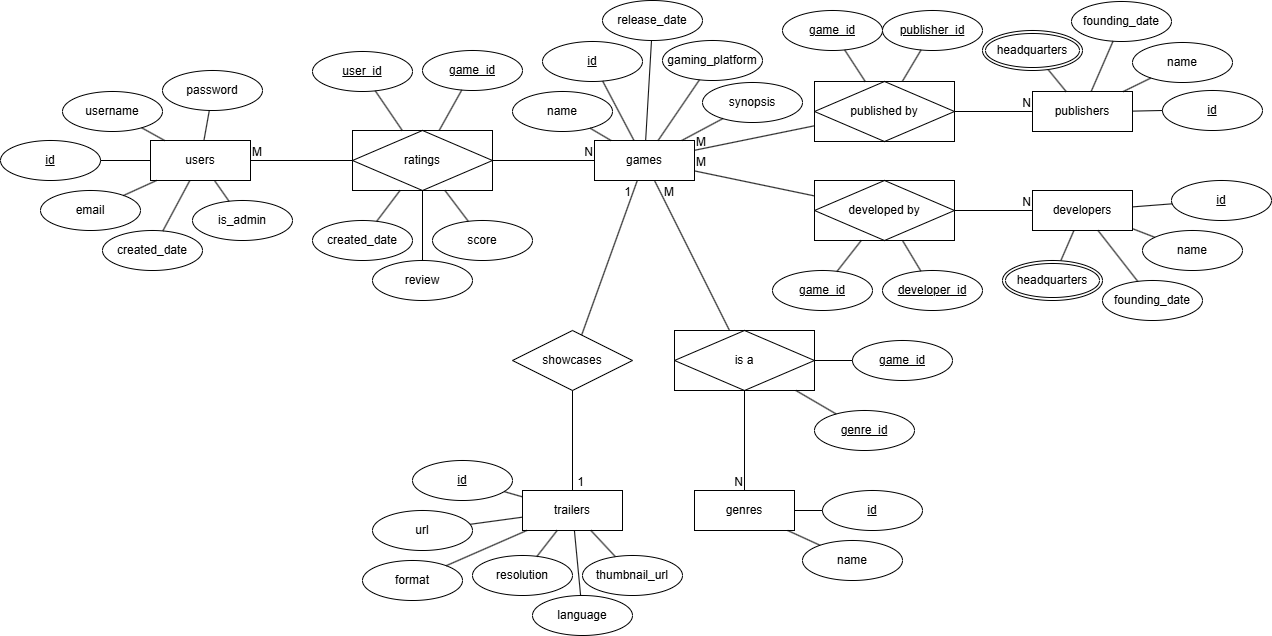
This is docs/Entity Relationship Diagram.png from billdansr/sweet-potato, a draw.io export, as it was before one commit. Source tidied: cells renumbered, new cells last; positions are measured from the earlier drawing's top-left corner, leaving out a move shared by most shapes.
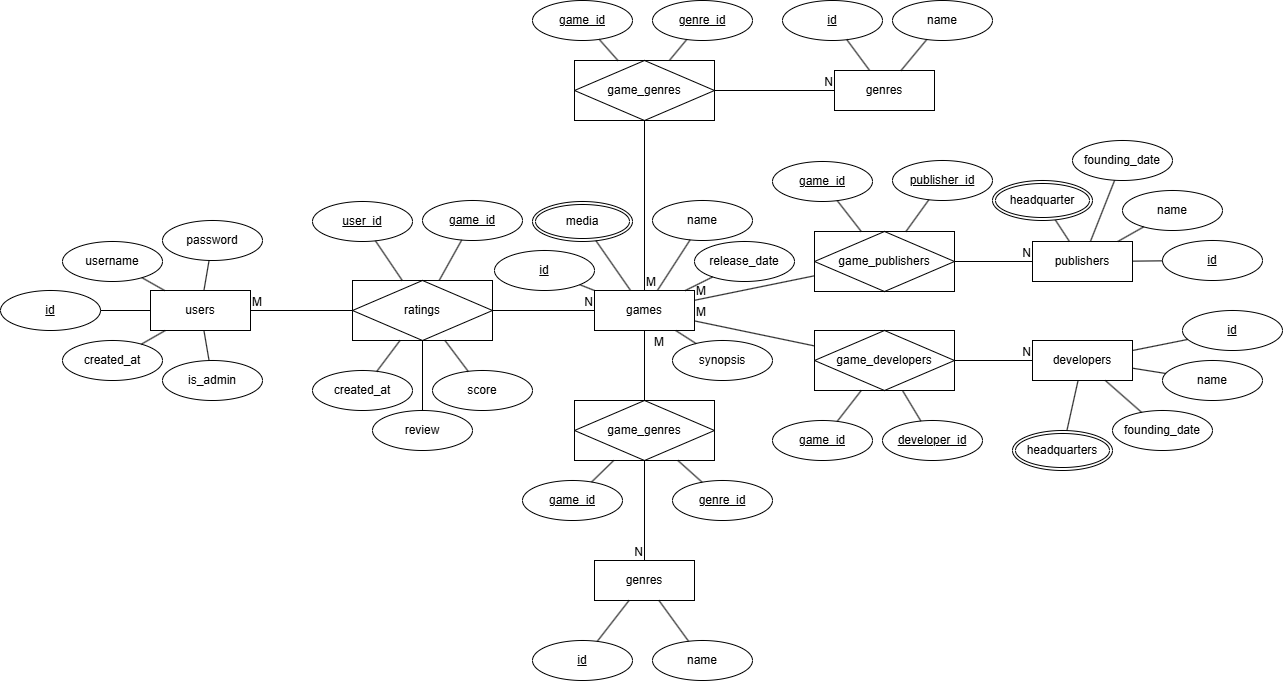
After the change.

What changed in the source:
```diff
@@ -30,16 +30,16 @@
       <mxGeometry y="140" width="100" height="40" as="geometry" />
     </mxCell>
     <mxCell id="11" value="id" style="ellipse;whiteSpace=wrap;html=1;align=center;fontStyle=4;" parent="1" vertex="1">
-      <mxGeometry x="542" y="41" width="100" height="40" as="geometry" />
+      <mxGeometry x="494" y="100" width="100" height="40" as="geometry" />
     </mxCell>
     <mxCell id="12" value="password" style="ellipse;whiteSpace=wrap;html=1;align=center;" parent="1" vertex="1">
       <mxGeometry x="162" y="70" width="100" height="40" as="geometry" />
     </mxCell>
-    <mxCell id="13" value="created_date" style="ellipse;whiteSpace=wrap;html=1;align=center;" parent="1" vertex="1">
+    <mxCell id="13" value="created_at" style="ellipse;whiteSpace=wrap;html=1;align=center;" parent="1" vertex="1">
       <mxGeometry x="312" y="220" width="100" height="40" as="geometry" />
     </mxCell>
-    <mxCell id="14" value="created_date" style="ellipse;whiteSpace=wrap;html=1;align=center;" parent="1" vertex="1">
-      <mxGeometry x="102" y="230" width="100" height="40" as="geometry" />
+    <mxCell id="14" value="created_at" style="ellipse;whiteSpace=wrap;html=1;align=center;" parent="1" vertex="1">
+      <mxGeometry x="62" y="190" width="100" height="40" as="geometry" />
     </mxCell>
     <mxCell id="15" value="user_id" style="ellipse;whiteSpace=wrap;html=1;align=center;fontStyle=4;" parent="1" vertex="1">
       <mxGeometry x="312" y="51" width="100" height="40" as="geometry" />
@@ -54,54 +54,11 @@
       <mxGeometry x="432" y="220" width="100" height="40" as="geometry" />
     </mxCell>
     <mxCell id="19" value="name" style="ellipse;whiteSpace=wrap;html=1;align=center;" parent="1" vertex="1">
-      <mxGeometry x="512" y="91" width="100" height="40" as="geometry" />
+      <mxGeometry x="652" y="50" width="100" height="40" as="geometry" />
     </mxCell>
     <mxCell id="20" value="release_date" style="ellipse;whiteSpace=wrap;html=1;align=center;" parent="1" vertex="1">
-      <mxGeometry x="602" width="100" height="40" as="geometry" />
+      <mxGeometry x="694" y="91" width="100" height="40" as="geometry" />
     </mxCell>
-    <mxCell id="21" value="gaming_platform" style="ellipse;whiteSpace=wrap;html=1;align=center;" parent="1" vertex="1">
-      <mxGeometry x="662" y="40" width="100" height="40" as="geometry" />
-    </mxCell>
-    <mxCell id="22" value="trailers" style="whiteSpace=wrap;html=1;align=center;" parent="1" vertex="1">
-      <mxGeometry x="522" y="490" width="100" height="40" as="geometry" />
-    </mxCell>
-    <mxCell id="23" value="url" style="ellipse;whiteSpace=wrap;html=1;align=center;" parent="1" vertex="1">
-      <mxGeometry x="372" y="510" width="100" height="40" as="geometry" />
-    </mxCell>
-    <mxCell id="24" value="id" style="ellipse;whiteSpace=wrap;html=1;align=center;fontStyle=4;" parent="1" vertex="1">
-      <mxGeometry x="412" y="460" width="100" height="40" as="geometry" />
-    </mxCell>
-    <mxCell id="25" value="format" style="ellipse;whiteSpace=wrap;html=1;align=center;" parent="1" vertex="1">
-      <mxGeometry x="362" y="560" width="100" height="40" as="geometry" />
-    </mxCell>
-    <mxCell id="26" value="resolution" style="ellipse;whiteSpace=wrap;html=1;align=center;" parent="1" vertex="1">
-      <mxGeometry x="472" y="555" width="100" height="40" as="geometry" />
-    </mxCell>
-    <mxCell id="27" value="language" style="ellipse;whiteSpace=wrap;html=1;align=center;" parent="1" vertex="1">
-      <mxGeometry x="532" y="595" width="100" height="40" as="geometry" />
-    </mxCell>
-    <mxCell id="28" value="thumbnail_url" style="ellipse;whiteSpace=wrap;html=1;align=center;" parent="1" vertex="1">
-      <mxGeometry x="582" y="555" width="100" height="40" as="geometry" />
-    </mxCell>
-    <mxCell id="29" value="showcases" style="shape=rhombus;perimeter=rhombusPerimeter;whiteSpace=wrap;html=1;align=center;" parent="1" vertex="1">
-      <mxGeometry x="512" y="330" width="120" height="60" as="geometry" />
-    </mxCell>
-    <mxCell id="30" style="endArrow=none;html=1;rounded=0;" parent="1" edge="1" source="29" target="22">
-      <mxGeometry relative="1" as="geometry" />
-    </mxCell>
-    <mxCell id="31" value="1" style="html=1;whiteSpace=wrap;align=right;verticalAlign=bottom;" parent="30" vertex="1">
-      <mxGeometry x="1" relative="1" as="geometry">
-        <mxPoint x="13" as="offset" />
-      </mxGeometry>
-    </mxCell>
-    <mxCell id="32" style="endArrow=none;html=1;rounded=0;" parent="1" edge="1" source="29" target="3">
-      <mxGeometry relative="1" as="geometry" />
-    </mxCell>
-    <mxCell id="33" value="1" style="html=1;whiteSpace=wrap;align=right;verticalAlign=bottom;" parent="32" vertex="1">
-      <mxGeometry x="1" relative="1" as="geometry">
-        <mxPoint x="-5" y="20" as="offset" />
-      </mxGeometry>
-    </mxCell>
     <mxCell id="34" style="endArrow=none;html=1;rounded=0;" parent="1" edge="1" source="14" target="2">
       <mxGeometry relative="1" as="geometry" />
     </mxCell>
@@ -132,38 +89,11 @@
     <mxCell id="43" style="endArrow=none;html=1;rounded=0;" parent="1" edge="1" source="20" target="3">
       <mxGeometry relative="1" as="geometry" />
     </mxCell>
-    <mxCell id="44" style="endArrow=none;html=1;rounded=0;" parent="1" edge="1" source="21" target="3">
-      <mxGeometry relative="1" as="geometry" />
-    </mxCell>
     <mxCell id="45" style="endArrow=none;html=1;rounded=0;" parent="1" edge="1" source="11" target="3">
       <mxGeometry relative="1" as="geometry" />
     </mxCell>
-    <mxCell id="46" style="endArrow=none;html=1;rounded=0;" parent="1" edge="1" source="24" target="22">
-      <mxGeometry relative="1" as="geometry" />
-    </mxCell>
-    <mxCell id="47" style="endArrow=none;html=1;rounded=0;" parent="1" edge="1" source="28" target="22">
-      <mxGeometry relative="1" as="geometry" />
-    </mxCell>
-    <mxCell id="48" style="endArrow=none;html=1;rounded=0;" parent="1" edge="1" source="27" target="22">
-      <mxGeometry relative="1" as="geometry" />
-    </mxCell>
-    <mxCell id="49" style="endArrow=none;html=1;rounded=0;" parent="1" edge="1" source="26" target="22">
-      <mxGeometry relative="1" as="geometry" />
-    </mxCell>
-    <mxCell id="50" style="endArrow=none;html=1;rounded=0;" parent="1" edge="1" source="25" target="22">
-      <mxGeometry relative="1" as="geometry" />
-    </mxCell>
-    <mxCell id="51" style="endArrow=none;html=1;rounded=0;" parent="1" edge="1" source="23" target="22">
-      <mxGeometry relative="1" as="geometry" />
-    </mxCell>
-    <mxCell id="52" value="email" style="ellipse;whiteSpace=wrap;html=1;align=center;" parent="1" vertex="1">
-      <mxGeometry x="40" y="190" width="100" height="40" as="geometry" />
-    </mxCell>
-    <mxCell id="53" style="endArrow=none;html=1;rounded=0;" parent="1" edge="1" source="52" target="2">
-      <mxGeometry relative="1" as="geometry" />
-    </mxCell>
     <mxCell id="54" value="synopsis" style="ellipse;whiteSpace=wrap;html=1;align=center;" parent="1" vertex="1">
-      <mxGeometry x="702" y="82" width="100" height="40" as="geometry" />
+      <mxGeometry x="672" y="190" width="100" height="40" as="geometry" />
     </mxCell>
     <mxCell id="55" style="endArrow=none;html=1;rounded=0;" parent="1" edge="1" source="54" target="3">
       <mxGeometry relative="1" as="geometry" />
@@ -174,10 +104,10 @@
     <mxCell id="57" value="developers" style="whiteSpace=wrap;html=1;align=center;" parent="1" vertex="1">
       <mxGeometry x="1032" y="190" width="100" height="40" as="geometry" />
     </mxCell>
-    <mxCell id="58" value="published by" style="shape=associativeEntity;whiteSpace=wrap;html=1;align=center;" parent="1" vertex="1">
+    <mxCell id="58" value="game_publishers" style="shape=associativeEntity;whiteSpace=wrap;html=1;align=center;" parent="1" vertex="1">
       <mxGeometry x="814" y="81" width="140" height="60" as="geometry" />
     </mxCell>
-    <mxCell id="59" value="developed by" style="shape=associativeEntity;whiteSpace=wrap;html=1;align=center;" parent="1" vertex="1">
+    <mxCell id="59" value="game_developers" style="shape=associativeEntity;whiteSpace=wrap;html=1;align=center;" parent="1" vertex="1">
       <mxGeometry x="814" y="180" width="140" height="60" as="geometry" />
     </mxCell>
     <mxCell id="60" style="endArrow=none;html=1;rounded=0;" parent="1" edge="1" source="3" target="58">
@@ -211,22 +141,22 @@
       <mxGeometry x="1" relative="1" as="geometry" />
     </mxCell>
     <mxCell id="70" value="name" style="ellipse;whiteSpace=wrap;html=1;align=center;" parent="1" vertex="1">
-      <mxGeometry x="1132" y="42" width="100" height="40" as="geometry" />
+      <mxGeometry x="1122" y="40" width="100" height="40" as="geometry" />
     </mxCell>
     <mxCell id="71" value="name" style="ellipse;whiteSpace=wrap;html=1;align=center;" parent="1" vertex="1">
-      <mxGeometry x="1142" y="230" width="100" height="40" as="geometry" />
+      <mxGeometry x="1162" y="210" width="100" height="40" as="geometry" />
     </mxCell>
     <mxCell id="72" value="id" style="ellipse;whiteSpace=wrap;html=1;align=center;fontStyle=4;" parent="1" vertex="1">
       <mxGeometry x="1162" y="90" width="100" height="40" as="geometry" />
     </mxCell>
     <mxCell id="73" value="id" style="ellipse;whiteSpace=wrap;html=1;align=center;fontStyle=4;" parent="1" vertex="1">
-      <mxGeometry x="1171" y="180" width="100" height="40" as="geometry" />
+      <mxGeometry x="1182" y="160" width="100" height="40" as="geometry" />
     </mxCell>
     <mxCell id="74" value="founding_date" style="ellipse;whiteSpace=wrap;html=1;align=center;" parent="1" vertex="1">
-      <mxGeometry x="1102" y="280" width="100" height="40" as="geometry" />
+      <mxGeometry x="1112" y="260" width="100" height="40" as="geometry" />
     </mxCell>
     <mxCell id="75" value="founding_date" style="ellipse;whiteSpace=wrap;html=1;align=center;" parent="1" vertex="1">
-      <mxGeometry x="1071" y="1" width="100" height="40" as="geometry" />
+      <mxGeometry x="1072" y="-10" width="100" height="40" as="geometry" />
     </mxCell>
     <mxCell id="76" style="endArrow=none;html=1;rounded=0;" parent="1" edge="1" source="112" target="57">
       <mxGeometry relative="1" as="geometry" />
@@ -258,11 +188,11 @@
         <mxPoint x="1042" y="70" as="targetPoint" />
       </mxGeometry>
     </mxCell>
-    <mxCell id="85" value="is a" style="shape=associativeEntity;whiteSpace=wrap;html=1;align=center;" parent="1" vertex="1">
-      <mxGeometry x="674" y="330" width="140" height="60" as="geometry" />
+    <mxCell id="85" value="game_genres" style="shape=associativeEntity;whiteSpace=wrap;html=1;align=center;" parent="1" vertex="1">
+      <mxGeometry x="574" y="250" width="140" height="60" as="geometry" />
     </mxCell>
     <mxCell id="86" value="genres" style="whiteSpace=wrap;html=1;align=center;" parent="1" vertex="1">
-      <mxGeometry x="694" y="490" width="100" height="40" as="geometry" />
+      <mxGeometry x="594" y="410" width="100" height="40" as="geometry" />
     </mxCell>
     <mxCell id="87" style="endArrow=none;html=1;rounded=0;" parent="1" edge="1" source="3" target="85">
       <mxGeometry relative="1" as="geometry" />
@@ -282,13 +212,13 @@
       <mxGeometry x="1" relative="1" as="geometry" />
     </mxCell>
     <mxCell id="92" value="game_id" style="ellipse;whiteSpace=wrap;html=1;align=center;fontStyle=4;" parent="1" vertex="1">
-      <mxGeometry x="782" y="10" width="100" height="40" as="geometry" />
+      <mxGeometry x="772" y="11" width="100" height="40" as="geometry" />
     </mxCell>
     <mxCell id="93" value="developer_id" style="ellipse;whiteSpace=wrap;html=1;align=center;fontStyle=4;" parent="1" vertex="1">
       <mxGeometry x="882" y="270" width="100" height="40" as="geometry" />
     </mxCell>
     <mxCell id="94" value="publisher_id" style="ellipse;whiteSpace=wrap;html=1;align=center;fontStyle=4;" parent="1" vertex="1">
-      <mxGeometry x="882" y="10" width="100" height="40" as="geometry" />
+      <mxGeometry x="892" y="10" width="100" height="40" as="geometry" />
     </mxCell>
     <mxCell id="95" value="game_id" style="ellipse;whiteSpace=wrap;html=1;align=center;fontStyle=4;" parent="1" vertex="1">
       <mxGeometry x="772" y="270" width="100" height="40" as="geometry" />
@@ -306,22 +236,22 @@
       <mxGeometry relative="1" as="geometry" />
     </mxCell>
     <mxCell id="100" value="id" style="ellipse;whiteSpace=wrap;html=1;align=center;fontStyle=4;" parent="1" vertex="1">
-      <mxGeometry x="822" y="490" width="100" height="40" as="geometry" />
+      <mxGeometry x="532" y="490" width="100" height="40" as="geometry" />
     </mxCell>
     <mxCell id="101" style="endArrow=none;html=1;rounded=0;" parent="1" edge="1" source="100" target="86">
       <mxGeometry relative="1" as="geometry" />
     </mxCell>
     <mxCell id="102" value="name" style="ellipse;whiteSpace=wrap;html=1;align=center;" parent="1" vertex="1">
-      <mxGeometry x="802" y="540" width="100" height="40" as="geometry" />
+      <mxGeometry x="652" y="490" width="100" height="40" as="geometry" />
     </mxCell>
     <mxCell id="103" style="endArrow=none;html=1;rounded=0;" parent="1" edge="1" source="102" target="86">
       <mxGeometry relative="1" as="geometry" />
     </mxCell>
     <mxCell id="104" value="game_id" style="ellipse;whiteSpace=wrap;html=1;align=center;fontStyle=4;" parent="1" vertex="1">
-      <mxGeometry x="852" y="340" width="100" height="40" as="geometry" />
+      <mxGeometry x="522" y="330" width="100" height="40" as="geometry" />
     </mxCell>
     <mxCell id="105" value="genre_id" style="ellipse;whiteSpace=wrap;html=1;align=center;fontStyle=4;" parent="1" vertex="1">
-      <mxGeometry x="814" y="410" width="100" height="40" as="geometry" />
+      <mxGeometry x="672" y="330" width="100" height="40" as="geometry" />
     </mxCell>
     <mxCell id="106" style="endArrow=none;html=1;rounded=0;" parent="1" edge="1" source="85" target="104">
       <mxGeometry relative="1" as="geometry" />
@@ -336,16 +266,67 @@
       <mxGeometry relative="1" as="geometry" />
     </mxCell>
     <mxCell id="110" value="is_admin" style="ellipse;whiteSpace=wrap;html=1;align=center;" parent="1" vertex="1">
-      <mxGeometry x="192" y="200" width="100" height="40" as="geometry" />
+      <mxGeometry x="162" y="210" width="100" height="40" as="geometry" />
     </mxCell>
     <mxCell id="111" style="endArrow=none;html=1;rounded=0;" parent="1" edge="1" source="110" target="2">
       <mxGeometry relative="1" as="geometry" />
     </mxCell>
     <mxCell id="112" value="headquarters" style="ellipse;shape=doubleEllipse;margin=3;whiteSpace=wrap;html=1;align=center;" parent="1" vertex="1">
-      <mxGeometry x="1002" y="260" width="100" height="40" as="geometry" />
+      <mxGeometry x="1012" y="280" width="100" height="40" as="geometry" />
     </mxCell>
-    <mxCell id="113" value="headquarters" style="ellipse;shape=doubleEllipse;margin=3;whiteSpace=wrap;html=1;align=center;" parent="1" vertex="1">
-      <mxGeometry x="982" y="30" width="100" height="40" as="geometry" />
+    <mxCell id="113" value="headquarter" style="ellipse;shape=doubleEllipse;margin=3;whiteSpace=wrap;html=1;align=center;" parent="1" vertex="1">
+      <mxGeometry x="992" y="30" width="100" height="40" as="geometry" />
     </mxCell>
+    <mxCell id="114" value="game_genres" style="shape=associativeEntity;whiteSpace=wrap;html=1;align=center;" parent="1" vertex="1">
+      <mxGeometry x="574" y="-90" width="140" height="60" as="geometry" />
+    </mxCell>
+    <mxCell id="115" value="genres" style="whiteSpace=wrap;html=1;align=center;" parent="1" vertex="1">
+      <mxGeometry x="834" y="-80" width="100" height="40" as="geometry" />
+    </mxCell>
+    <mxCell id="24" value="id" style="ellipse;whiteSpace=wrap;html=1;align=center;fontStyle=4;" parent="1" vertex="1">
+      <mxGeometry x="782" y="-150" width="100" height="40" as="geometry" />
+    </mxCell>
+    <mxCell id="116" value="name" style="ellipse;whiteSpace=wrap;html=1;align=center;" parent="1" vertex="1">
+      <mxGeometry x="892" y="-150" width="100" height="40" as="geometry" />
+    </mxCell>
+    <mxCell id="117" style="endArrow=none;html=1;rounded=0;" parent="1" edge="1" source="24" target="115">
+      <mxGeometry relative="1" as="geometry" />
+    </mxCell>
+    <mxCell id="118" style="endArrow=none;html=1;rounded=0;" parent="1" edge="1" source="116" target="115">
+      <mxGeometry relative="1" as="geometry" />
+    </mxCell>
+    <mxCell id="119" style="endArrow=none;html=1;rounded=0;" parent="1" edge="1" source="3" target="114">
+      <mxGeometry relative="1" as="geometry" />
+    </mxCell>
+    <mxCell id="120" value="M" style="html=1;whiteSpace=wrap;align=left;verticalAlign=bottom;" parent="119" vertex="1">
+      <mxGeometry x="-1" relative="1" as="geometry" />
+    </mxCell>
+    <mxCell id="121" style="html=1;whiteSpace=wrap;align=right;verticalAlign=bottom;" parent="119" vertex="1">
+      <mxGeometry x="1" relative="1" as="geometry" />
+    </mxCell>
+    <mxCell id="122" style="endArrow=none;html=1;rounded=0;" parent="1" edge="1" source="114" target="115">
+      <mxGeometry relative="1" as="geometry" />
+    </mxCell>
+    <mxCell id="123" value="N" style="html=1;whiteSpace=wrap;align=right;verticalAlign=bottom;" parent="122" vertex="1">
+      <mxGeometry x="1" relative="1" as="geometry" />
+    </mxCell>
+    <mxCell id="124" value="game_id" style="ellipse;whiteSpace=wrap;html=1;align=center;fontStyle=4;" parent="1" vertex="1">
+      <mxGeometry x="532" y="-150" width="100" height="40" as="geometry" />
+    </mxCell>
+    <mxCell id="125" value="genre_id" style="ellipse;whiteSpace=wrap;html=1;align=center;fontStyle=4;" parent="1" vertex="1">
+      <mxGeometry x="652" y="-150" width="100" height="40" as="geometry" />
+    </mxCell>
+    <mxCell id="126" style="endArrow=none;html=1;rounded=0;" parent="1" edge="1" source="125" target="114">
+      <mxGeometry relative="1" as="geometry" />
+    </mxCell>
+    <mxCell id="127" style="endArrow=none;html=1;rounded=0;" parent="1" edge="1" source="124" target="114">
+      <mxGeometry relative="1" as="geometry" />
+    </mxCell>
+    <mxCell id="128" value="media" style="ellipse;shape=doubleEllipse;margin=3;whiteSpace=wrap;html=1;align=center;" parent="1" vertex="1">
+      <mxGeometry x="532" y="51" width="100" height="40" as="geometry" />
+    </mxCell>
+    <mxCell id="129" style="endArrow=none;html=1;rounded=0;" parent="1" edge="1" source="128" target="3">
+      <mxGeometry relative="1" as="geometry" />
+    </mxCell>
   </root>
 </mxGraphModel>
```
